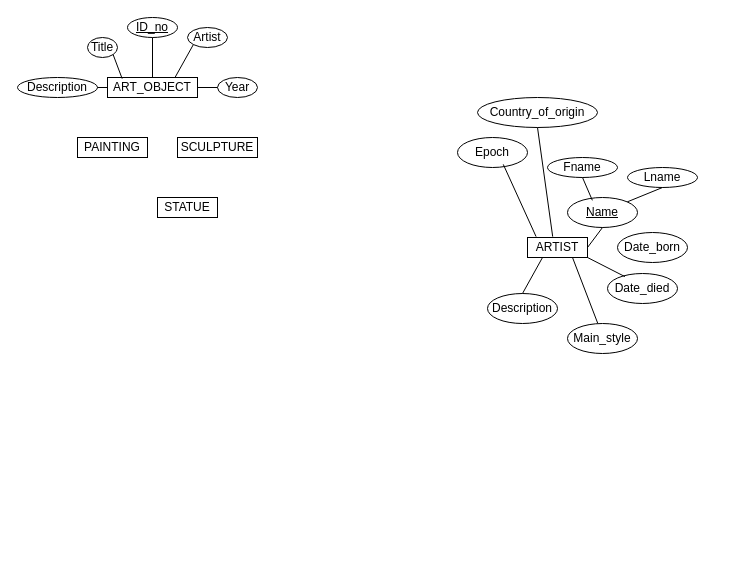
Maan-Khedr-ENSF-300/museum-project-chantae-katherine keeps this draw.io diagram as .github/Untitled Diagram.drawio. Above is the earlier version. Source tidied: cells renumbered, new cells numbered last; positions are measured from the earlier drawing's top-left corner, leaving out a move shared by most shapes. Both pictures are drawn from the tidied source at 100%, with x=0, y=0 at pixel (17, 17).
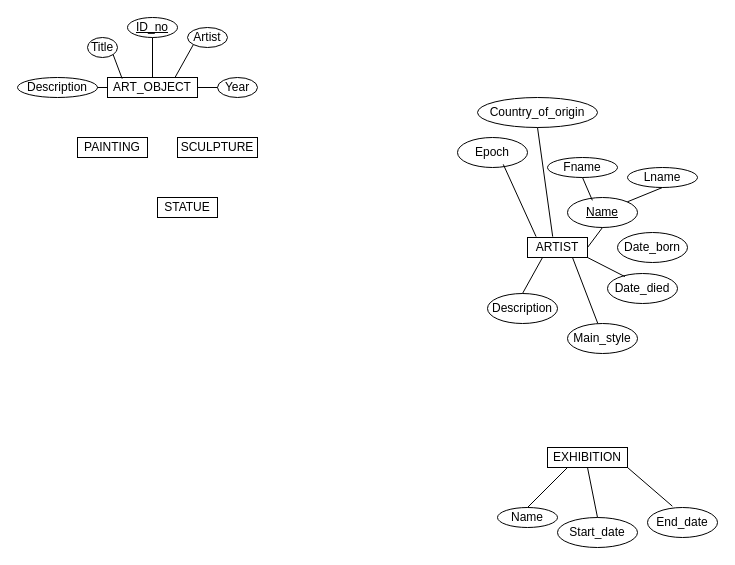
Above is the later version.

Commit message:
Add EXHIBITION entity

The edit, as a diff of the source:
```diff
@@
+    <mxCell id="34" value="EXHIBITION" style="rounded=0;whiteSpace=wrap;html=1;" parent="1" vertex="1">
+      <mxGeometry x="530" y="430" width="80" height="20" as="geometry" />
+    </mxCell>
+    <mxCell id="35" value="End_date" style="ellipse;whiteSpace=wrap;html=1;align=center;" parent="1" vertex="1">
+      <mxGeometry x="630" y="490" width="70" height="30" as="geometry" />
+    </mxCell>
+    <mxCell id="36" value="Start_date" style="ellipse;whiteSpace=wrap;html=1;align=center;" parent="1" vertex="1">
+      <mxGeometry x="540" y="500" width="80" height="30" as="geometry" />
+    </mxCell>
+    <mxCell id="37" value="Name" style="ellipse;whiteSpace=wrap;html=1;align=center;" parent="1" vertex="1">
+      <mxGeometry x="480" y="490" width="60" height="20" as="geometry" />
+    </mxCell>
+    <mxCell id="38" style="endArrow=none;html=1;rounded=0;exitX=0.5;exitY=0;exitDx=0;exitDy=0;entryX=0.25;entryY=1;entryDx=0;entryDy=0;" parent="1" edge="1" source="37" target="34">
+      <mxGeometry relative="1" as="geometry" />
+    </mxCell>
+    <mxCell id="39" style="endArrow=none;html=1;rounded=0;exitX=0.5;exitY=1;exitDx=0;exitDy=0;entryX=0.5;entryY=0;entryDx=0;entryDy=0;" parent="1" edge="1" source="34" target="36">
+      <mxGeometry relative="1" as="geometry" />
+    </mxCell>
+    <mxCell id="40" style="endArrow=none;html=1;rounded=0;exitX=1;exitY=1;exitDx=0;exitDy=0;entryX=0.355;entryY=-0.044;entryDx=0;entryDy=0;entryPerimeter=0;" parent="1" edge="1" source="34" target="35">
+      <mxGeometry relative="1" as="geometry" />
+    </mxCell>
```
